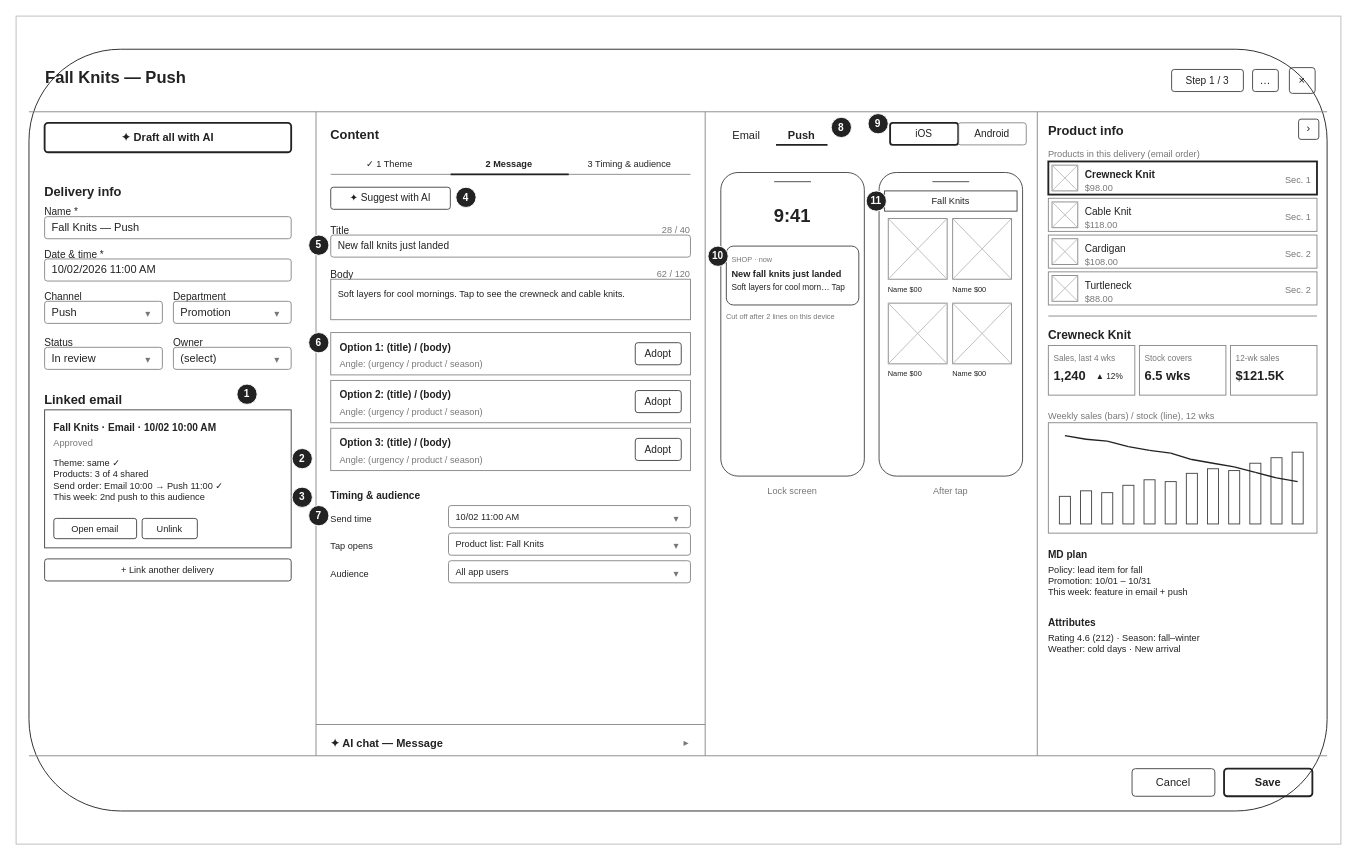
The draw.io diagram docs/wireframes/drawio/07-card-push.drawio in audeoinc/ccp, before the edit. Source tidied: cells renumbered, new cells numbered last; positions are measured from the earlier drawing's top-left corner, leaving out a move shared by most shapes. Both pictures are drawn from the tidied source at 92%, with x=0, y=0 at pixel (16, 16).
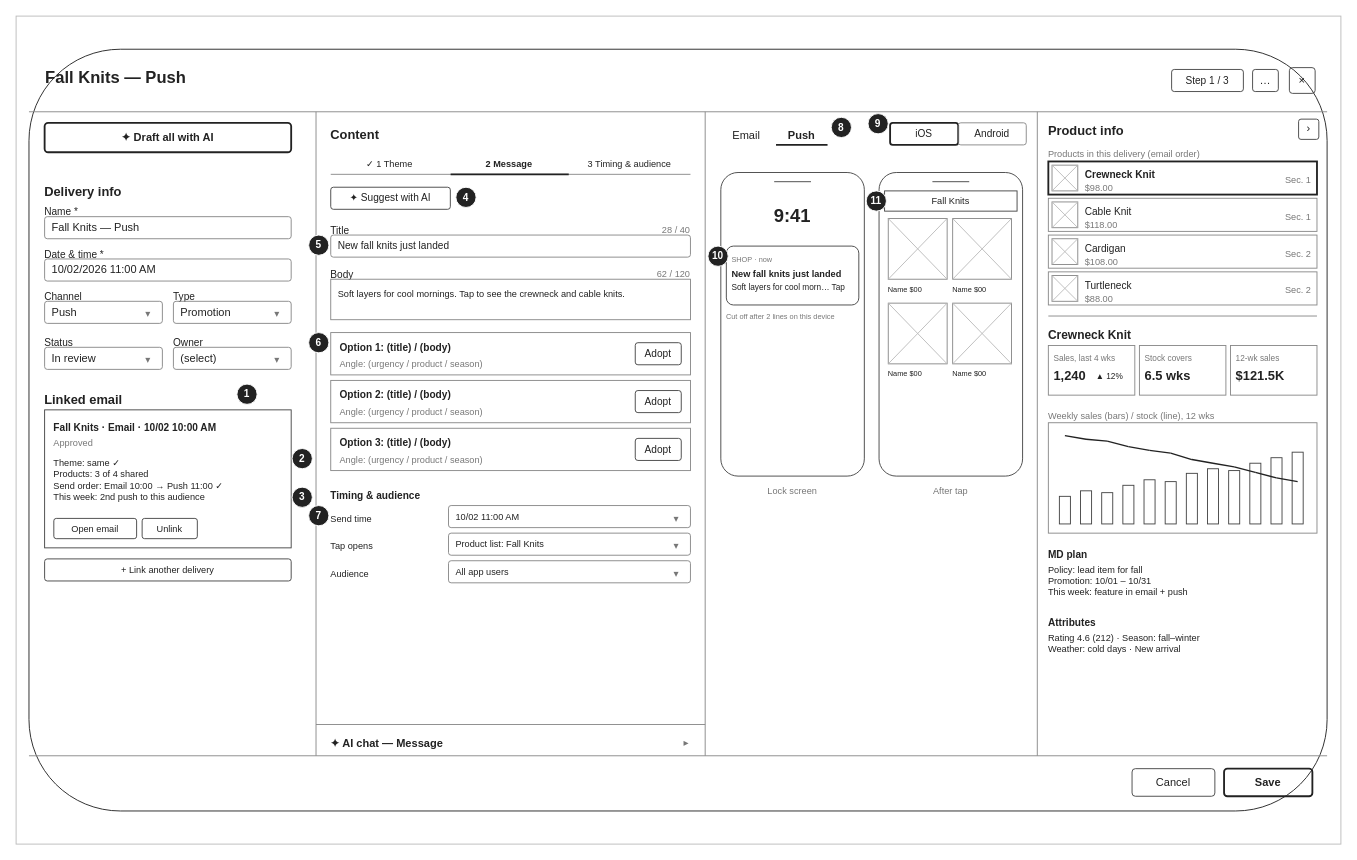
Above is the later version.

The edit, as a diff of the source:
```diff
@@
-    <mxCell id="29" value="Department" style="text;html=1;strokeColor=none;fillColor=none;align=left;verticalAlign=top;whiteSpace=wrap;fontSize=11;fontColor=#222222;spacing=0;" parent="1" vertex="1">
+    <mxCell id="29" value="Type" style="text;html=1;strokeColor=none;fillColor=none;align=left;verticalAlign=top;whiteSpace=wrap;fontSize=11;fontColor=#222222;spacing=0;" parent="1" vertex="1">
       <mxGeometry x="171" y="294" width="128" height="16" as="geometry" />
     </mxCell>
```
